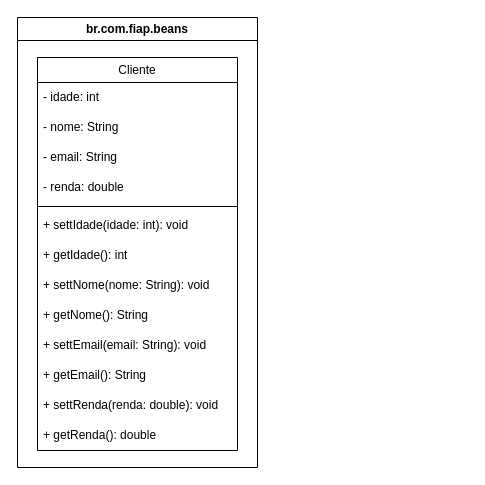
This is modelagem_de_classes.drawio from Gustavo-Bosak/domain-driven-design-using-java, a draw.io file, before an edit. Source tidied: cells renumbered, new cells numbered last; positions are measured from the earlier drawing's top-left corner, leaving out a move shared by most shapes. Both pictures are drawn from the tidied source at 100%, with x=0, y=0 at pixel (17, 17).
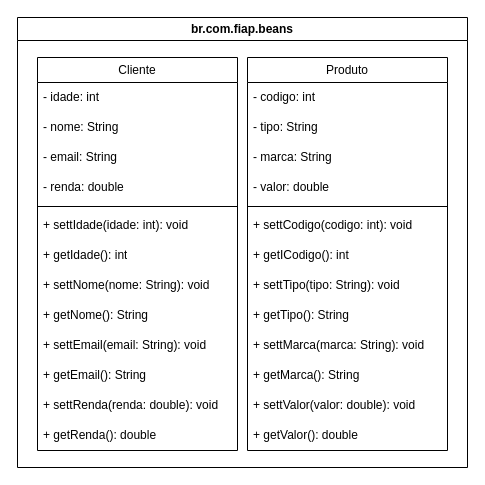
After the change.

Diff of the diagram source:
```diff
@@
     <mxCell id="2" value="br.com.fiap.beans" style="swimlane;whiteSpace=wrap;html=1;" parent="1" vertex="1">
-      <mxGeometry width="240" height="450" as="geometry" />
+      <mxGeometry width="450" height="450" as="geometry" />
     </mxCell>
@@
+    <mxCell id="17" value="Produto" style="swimlane;fontStyle=0;horizontal=1;startSize=25;whiteSpace=wrap;html=1;" parent="2" vertex="1">
+      <mxGeometry x="230" y="40" width="200" height="393" as="geometry" />
+    </mxCell>
+    <mxCell id="18" value="- codigo: int" style="text;strokeColor=none;fillColor=none;align=left;verticalAlign=middle;spacingLeft=4;spacingRight=4;overflow=hidden;whiteSpace=wrap;html=1;fontSize=12;spacing=2;" parent="17" vertex="1">
+      <mxGeometry y="25" width="200" height="30" as="geometry" />
+    </mxCell>
+    <mxCell id="19" value="- tipo: String" style="text;strokeColor=none;fillColor=none;align=left;verticalAlign=middle;spacingLeft=4;spacingRight=4;overflow=hidden;whiteSpace=wrap;html=1;" parent="17" vertex="1">
+      <mxGeometry y="55" width="200" height="30" as="geometry" />
+    </mxCell>
+    <mxCell id="20" value="- marca: String" style="text;strokeColor=none;fillColor=none;align=left;verticalAlign=middle;spacingLeft=4;spacingRight=4;overflow=hidden;whiteSpace=wrap;html=1;" parent="17" vertex="1">
+      <mxGeometry y="85" width="200" height="30" as="geometry" />
+    </mxCell>
+    <mxCell id="21" value="- valor: double" style="text;strokeColor=none;fillColor=none;align=left;verticalAlign=middle;spacingLeft=4;spacingRight=4;overflow=hidden;whiteSpace=wrap;html=1;" parent="17" vertex="1">
+      <mxGeometry y="115" width="200" height="30" as="geometry" />
+    </mxCell>
+    <mxCell id="22" style="line;strokeWidth=1;fillColor=none;align=left;verticalAlign=middle;spacingTop=-1;spacingLeft=3;spacingRight=3;labelPosition=right;strokeColor=inherit;" parent="17" vertex="1">
+      <mxGeometry y="145" width="200" height="8" as="geometry" />
+    </mxCell>
+    <mxCell id="23" value="+ settCodigo(codigo: int): void" style="text;strokeColor=none;fillColor=none;align=left;verticalAlign=middle;spacingLeft=4;spacingRight=4;overflow=hidden;whiteSpace=wrap;html=1;" parent="17" vertex="1">
+      <mxGeometry y="153" width="200" height="30" as="geometry" />
+    </mxCell>
+    <mxCell id="24" value="+ getICodigo(): int" style="text;strokeColor=none;fillColor=none;align=left;verticalAlign=middle;spacingLeft=4;spacingRight=4;overflow=hidden;whiteSpace=wrap;html=1;" parent="17" vertex="1">
+      <mxGeometry y="183" width="200" height="30" as="geometry" />
+    </mxCell>
+    <mxCell id="25" value="+ settTipo(tipo: String): void" style="text;strokeColor=none;fillColor=none;align=left;verticalAlign=middle;spacingLeft=4;spacingRight=4;overflow=hidden;whiteSpace=wrap;html=1;" parent="17" vertex="1">
+      <mxGeometry y="213" width="200" height="30" as="geometry" />
+    </mxCell>
+    <mxCell id="26" value="+ getTipo(): String" style="text;strokeColor=none;fillColor=none;align=left;verticalAlign=middle;spacingLeft=4;spacingRight=4;overflow=hidden;whiteSpace=wrap;html=1;" parent="17" vertex="1">
+      <mxGeometry y="243" width="200" height="30" as="geometry" />
+    </mxCell>
+    <mxCell id="27" value="+ settMarca(marca: String): void" style="text;strokeColor=none;fillColor=none;align=left;verticalAlign=middle;spacingLeft=4;spacingRight=4;overflow=hidden;whiteSpace=wrap;html=1;" parent="17" vertex="1">
+      <mxGeometry y="273" width="200" height="30" as="geometry" />
+    </mxCell>
+    <mxCell id="28" value="+ getMarca(): String" style="text;strokeColor=none;fillColor=none;align=left;verticalAlign=middle;spacingLeft=4;spacingRight=4;overflow=hidden;whiteSpace=wrap;html=1;" parent="17" vertex="1">
+      <mxGeometry y="303" width="200" height="30" as="geometry" />
+    </mxCell>
+    <mxCell id="29" value="+ settValor(valor: double): void" style="text;strokeColor=none;fillColor=none;align=left;verticalAlign=middle;spacingLeft=4;spacingRight=4;overflow=hidden;whiteSpace=wrap;html=1;" parent="17" vertex="1">
+      <mxGeometry y="333" width="200" height="30" as="geometry" />
+    </mxCell>
+    <mxCell id="30" value="+ getValor(): double" style="text;strokeColor=none;fillColor=none;align=left;verticalAlign=middle;spacingLeft=4;spacingRight=4;overflow=hidden;whiteSpace=wrap;html=1;" parent="17" vertex="1">
+      <mxGeometry y="363" width="200" height="30" as="geometry" />
+    </mxCell>
```
